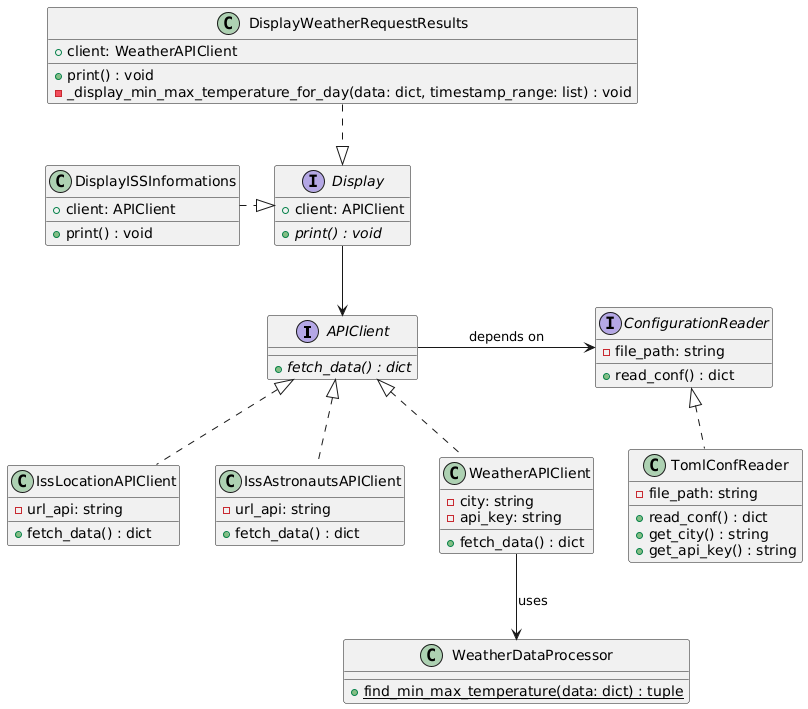
Earlier version of the PlantUML export docs/ClassUML.png (JneiraS/API_Exercices). The source it was exported from:
```plantuml
@startuml
interface APIClient {
  + {abstract} fetch_data() : dict
}

interface Display {
  + client: APIClient
  + {abstract} print() : void
}

interface ConfigurationReader {
  - file_path: string
  + read_conf() : dict
}

class IssLocationAPIClient {
  - url_api: string
  + fetch_data() : dict
}

class IssAstronautsAPIClient {
  - url_api: string
  + fetch_data() : dict
}

class WeatherAPIClient {
  - city: string
  - api_key: string
  + fetch_data() : dict
}

class WeatherDataProcessor {
  + {static} find_min_max_temperature(data: dict) : tuple
}

class DisplayISSInformations {
  + client: APIClient
  + print() : void
}

class DisplayWeatherRequestResults {
  + client: WeatherAPIClient
  + print() : void
  - _display_min_max_temperature_for_day(data: dict, timestamp_range: list) : void
}

class TomlConfReader {
  - file_path: string
  + read_conf() : dict
  + get_city() : string
  + get_api_key() : string
}

Display -down-> APIClient

ConfigurationReader <|.. TomlConfReader
ConfigurationReader <-left- APIClient : depends on
APIClient <|.. IssLocationAPIClient
APIClient <|.. WeatherAPIClient
APIClient <|.. IssAstronautsAPIClient

Display <|.left. DisplayISSInformations
Display <|.up. DisplayWeatherRequestResults

WeatherAPIClient --> WeatherDataProcessor : uses
@enduml
```
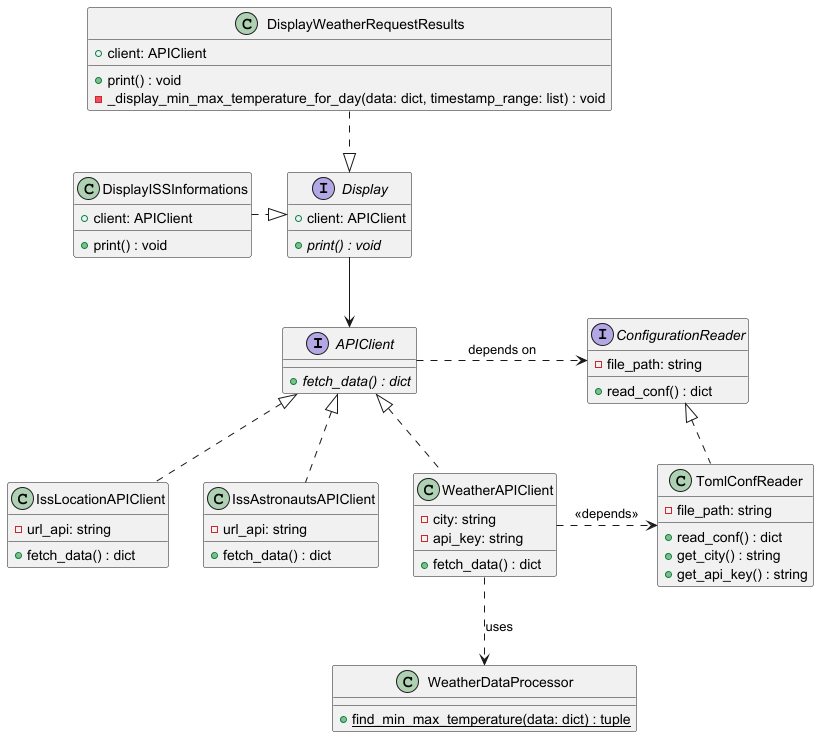
After the change.

Diff of the diagram source:
```diff
@@ -39,7 +39,7 @@
 }
 
 class DisplayWeatherRequestResults {
-  + client: WeatherAPIClient
+  + client: APIClient
   + print() : void
   - _display_min_max_temperature_for_day(data: dict, timestamp_range: list) : void
 }
@@ -54,7 +54,7 @@
 Display -down-> APIClient
 
 ConfigurationReader <|.. TomlConfReader
-ConfigurationReader <-left- APIClient : depends on
+ConfigurationReader <.left. APIClient : depends on
 APIClient <|.. IssLocationAPIClient
 APIClient <|.. WeatherAPIClient
 APIClient <|.. IssAstronautsAPIClient
@@ -62,5 +62,7 @@
 Display <|.left. DisplayISSInformations
 Display <|.up. DisplayWeatherRequestResults
 
-WeatherAPIClient --> WeatherDataProcessor : uses
+WeatherAPIClient ..> WeatherDataProcessor : uses
+TomlConfReader <.left. WeatherAPIClient: << depends >>
+
 @enduml
```
